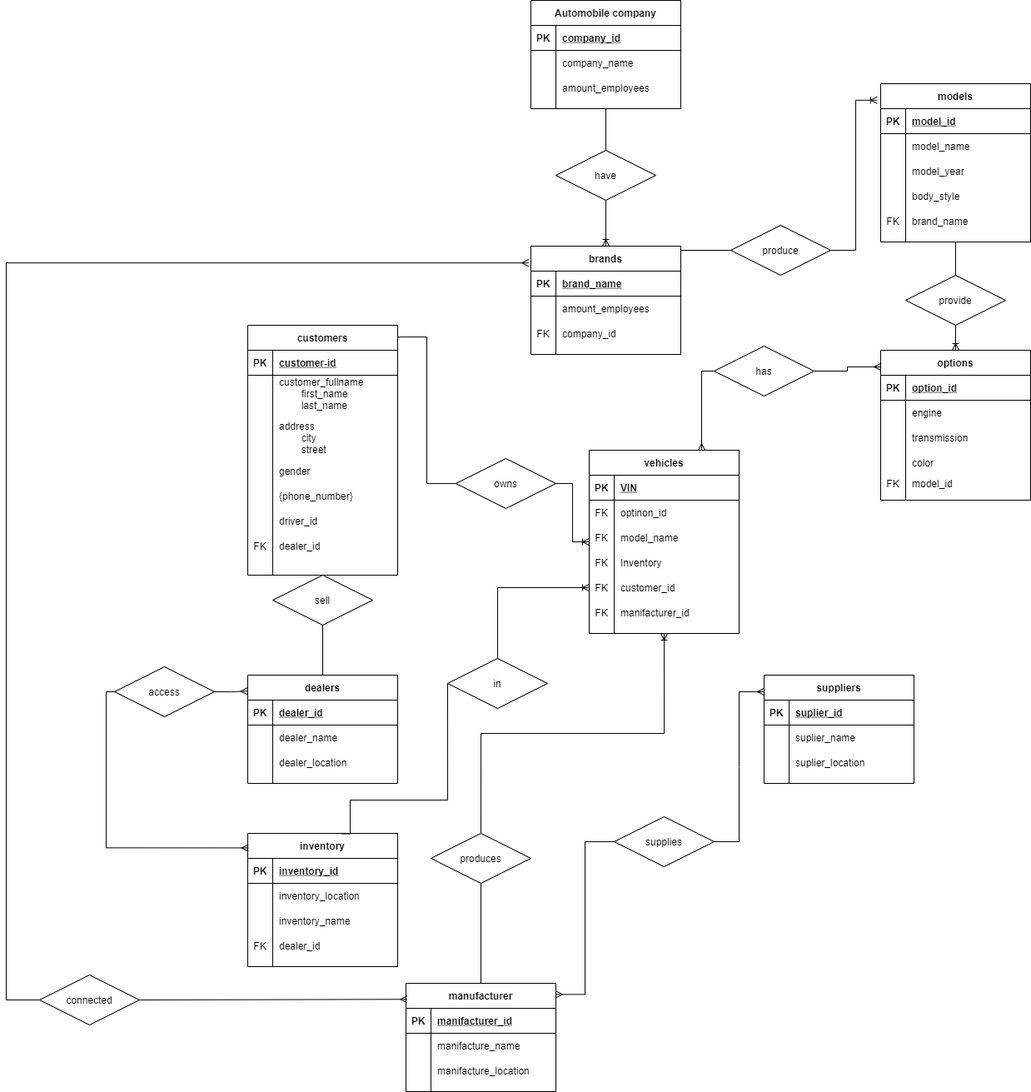
Before: Project/Project.drawio.png, a diagram exported from draw.io (dari-kayoo/Database). Source tidied: cells renumbered, new cells last; positions are measured from the earlier drawing's top-left corner, leaving out a move shared by most shapes.
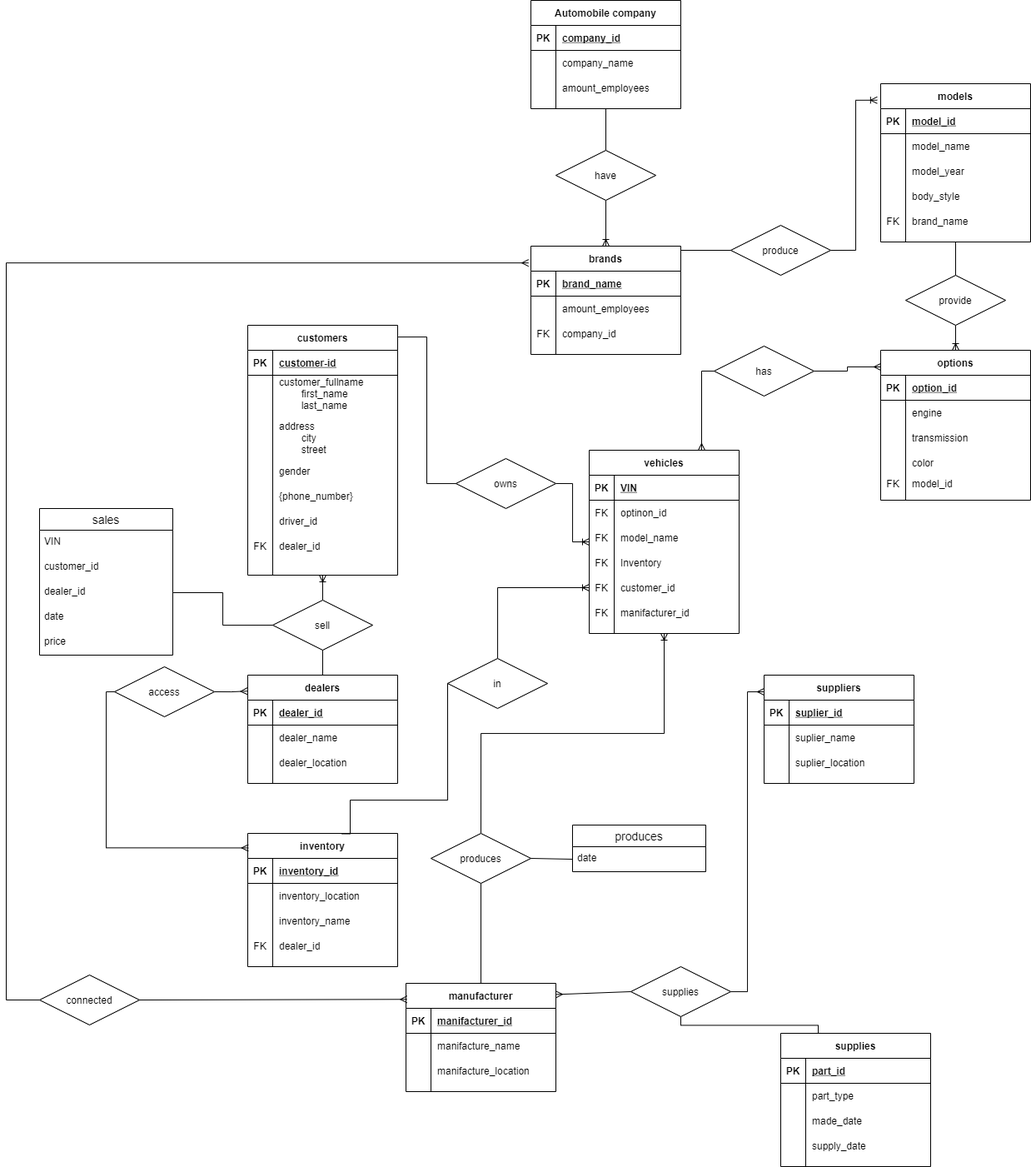
The same file after the commit.

What changed in the source:
```diff
@@ -422,7 +422,7 @@
       <mxGeometry relative="1" as="geometry" />
     </mxCell>
     <mxCell id="141" value="sell" style="shape=rhombus;perimeter=rhombusPerimeter;whiteSpace=wrap;html=1;align=center;" parent="1" vertex="1">
-      <mxGeometry x="320" y="690" width="120" height="60" as="geometry" />
+      <mxGeometry x="320" y="720" width="120" height="60" as="geometry" />
     </mxCell>
     <mxCell id="142" style="fontSize=12;html=1;endArrow=none;rounded=0;exitX=0.5;exitY=0;exitDx=0;exitDy=0;entryX=0.5;entryY=1;entryDx=0;entryDy=0;" parent="1" edge="1" source="63" target="141">
       <mxGeometry relative="1" as="geometry" />
@@ -450,13 +450,13 @@
     <mxCell id="148" style="fontSize=12;html=1;endArrow=none;startArrow=ERmany;rounded=0;exitX=0.007;exitY=0.148;exitDx=0;exitDy=0;exitPerimeter=0;entryX=1;entryY=0.5;entryDx=0;entryDy=0;" parent="1" edge="1" source="105" target="147">
       <mxGeometry relative="1" as="geometry" />
     </mxCell>
-    <mxCell id="149" style="edgeStyle=entityRelationEdgeStyle;fontSize=12;html=1;endArrow=ERmany;startArrow=none;rounded=0;entryX=0;entryY=0.154;entryDx=0;entryDy=0;entryPerimeter=0;" parent="1" edge="1" source="150" target="95">
+    <mxCell id="149" style="edgeStyle=orthogonalEdgeStyle;fontSize=12;html=1;endArrow=ERmany;startArrow=none;rounded=0;entryX=0;entryY=0.154;entryDx=0;entryDy=0;entryPerimeter=0;" parent="1" edge="1" source="150" target="95">
       <mxGeometry relative="1" as="geometry" />
     </mxCell>
     <mxCell id="150" value="supplies" style="shape=rhombus;perimeter=rhombusPerimeter;whiteSpace=wrap;html=1;align=center;" parent="1" vertex="1">
-      <mxGeometry x="730" y="980" width="120" height="60" as="geometry" />
+      <mxGeometry x="750" y="1160" width="120" height="60" as="geometry" />
     </mxCell>
-    <mxCell id="151" style="edgeStyle=orthogonalEdgeStyle;fontSize=12;html=1;endArrow=none;startArrow=ERmany;rounded=0;exitX=1;exitY=0.103;exitDx=0;exitDy=0;exitPerimeter=0;entryX=0;entryY=0.5;entryDx=0;entryDy=0;" parent="1" edge="1" source="105" target="150">
+    <mxCell id="151" style="fontSize=12;html=1;endArrow=none;startArrow=ERmany;rounded=0;exitX=1;exitY=0.103;exitDx=0;exitDy=0;exitPerimeter=0;entryX=0;entryY=0.5;entryDx=0;entryDy=0;" parent="1" edge="1" source="105" target="150">
       <mxGeometry relative="1" as="geometry" />
     </mxCell>
     <mxCell id="152" value="inventory" style="shape=table;startSize=30;rowLines=0;fontStyle=1;align=center;" parent="1" vertex="1">
@@ -521,5 +521,77 @@
     <mxCell id="170" style="edgeStyle=orthogonalEdgeStyle;fontSize=12;html=1;endArrow=none;startArrow=ERmany;rounded=0;entryX=0;entryY=0.5;entryDx=0;entryDy=0;exitX=0.004;exitY=0.109;exitDx=0;exitDy=0;exitPerimeter=0;" parent="1" edge="1" source="152" target="169">
       <mxGeometry relative="1" as="geometry" />
     </mxCell>
+    <mxCell id="171" value="supplies" style="shape=table;startSize=30;rowLines=0;fontStyle=1;align=center;" parent="1" vertex="1">
+      <mxGeometry x="930" y="1240" width="180" height="160" as="geometry" />
+    </mxCell>
+    <mxCell id="172" style="shape=partialRectangle;fillColor=none;top=0;left=0;bottom=1;right=0;" parent="171" vertex="1">
+      <mxGeometry y="30" width="180" height="30" as="geometry" />
+    </mxCell>
+    <mxCell id="173" value="PK" style="shape=partialRectangle;fillColor=none;top=0;left=0;bottom=0;right=0;fontStyle=1;overflow=hidden;" parent="172" vertex="1">
+      <mxGeometry width="30" height="30" as="geometry" />
+    </mxCell>
+    <mxCell id="174" value="part_id" style="shape=partialRectangle;fillColor=none;top=0;left=0;bottom=0;right=0;align=left;spacingLeft=6;fontStyle=5;overflow=hidden;" parent="172" vertex="1">
+      <mxGeometry x="30" width="150" height="30" as="geometry" />
+    </mxCell>
+    <mxCell id="175" style="shape=partialRectangle;fillColor=none;top=0;left=0;bottom=0;right=0;" parent="171" vertex="1">
+      <mxGeometry y="60" width="180" height="30" as="geometry" />
+    </mxCell>
+    <mxCell id="176" style="shape=partialRectangle;fillColor=none;top=0;left=0;bottom=0;right=0;overflow=hidden;" parent="175" vertex="1">
+      <mxGeometry width="30" height="30" as="geometry" />
+    </mxCell>
+    <mxCell id="177" value="part_type" style="shape=partialRectangle;fillColor=none;top=0;left=0;bottom=0;right=0;align=left;spacingLeft=6;overflow=hidden;" parent="175" vertex="1">
+      <mxGeometry x="30" width="150" height="30" as="geometry" />
+    </mxCell>
+    <mxCell id="178" style="shape=partialRectangle;fillColor=none;top=0;left=0;bottom=0;right=0;" parent="171" vertex="1">
+      <mxGeometry y="90" width="180" height="30" as="geometry" />
+    </mxCell>
+    <mxCell id="179" style="shape=partialRectangle;fillColor=none;top=0;left=0;bottom=0;right=0;overflow=hidden;" parent="178" vertex="1">
+      <mxGeometry width="30" height="30" as="geometry" />
+    </mxCell>
+    <mxCell id="180" value="made_date" style="shape=partialRectangle;fillColor=none;top=0;left=0;bottom=0;right=0;align=left;spacingLeft=6;overflow=hidden;" parent="178" vertex="1">
+      <mxGeometry x="30" width="150" height="30" as="geometry" />
+    </mxCell>
+    <mxCell id="181" style="shape=partialRectangle;fillColor=none;top=0;left=0;bottom=0;right=0;" parent="171" vertex="1">
+      <mxGeometry y="120" width="180" height="30" as="geometry" />
+    </mxCell>
+    <mxCell id="182" style="shape=partialRectangle;fillColor=none;top=0;left=0;bottom=0;right=0;overflow=hidden;" parent="181" vertex="1">
+      <mxGeometry width="30" height="30" as="geometry" />
+    </mxCell>
+    <mxCell id="183" value="supply_date" style="shape=partialRectangle;fillColor=none;top=0;left=0;bottom=0;right=0;align=left;spacingLeft=6;overflow=hidden;" parent="181" vertex="1">
+      <mxGeometry x="30" width="150" height="30" as="geometry" />
+    </mxCell>
+    <mxCell id="184" style="endArrow=none;html=1;rounded=0;elbow=vertical;entryX=0.5;entryY=1;entryDx=0;entryDy=0;exitX=0.25;exitY=0;exitDx=0;exitDy=0;edgeStyle=elbowEdgeStyle;" parent="1" edge="1" source="171" target="150">
+      <mxGeometry relative="1" as="geometry" />
+    </mxCell>
+    <mxCell id="185" value="produces" style="swimlane;fontStyle=0;horizontal=1;startSize=26;align=center;fontSize=14;" parent="1" vertex="1">
+      <mxGeometry x="680" y="990" width="160" height="56" as="geometry" />
+    </mxCell>
+    <mxCell id="186" value="date" style="text;strokeColor=none;fillColor=none;spacingLeft=4;spacingRight=4;overflow=hidden;points=[[0,0.5],[1,0.5]];portConstraint=eastwest;fontSize=12;" parent="185" vertex="1">
+      <mxGeometry y="26" width="160" height="30" as="geometry" />
+    </mxCell>
+    <mxCell id="187" style="endArrow=none;html=1;rounded=0;elbow=vertical;entryX=1;entryY=0.5;entryDx=0;entryDy=0;exitX=0;exitY=0.5;exitDx=0;exitDy=0;" parent="1" edge="1" source="186" target="144">
+      <mxGeometry relative="1" as="geometry" />
+    </mxCell>
+    <mxCell id="188" value="sales" style="swimlane;fontStyle=0;horizontal=1;startSize=26;align=center;fontSize=14;" parent="1" vertex="1">
+      <mxGeometry x="40" y="610" width="160" height="176" as="geometry" />
+    </mxCell>
+    <mxCell id="189" value="VIN" style="text;strokeColor=none;fillColor=none;spacingLeft=4;spacingRight=4;overflow=hidden;fontSize=12;" parent="188" vertex="1">
+      <mxGeometry y="26" width="160" height="30" as="geometry" />
+    </mxCell>
+    <mxCell id="190" value="customer_id" style="text;strokeColor=none;fillColor=none;spacingLeft=4;spacingRight=4;overflow=hidden;fontSize=12;" parent="188" vertex="1">
+      <mxGeometry y="56" width="160" height="30" as="geometry" />
+    </mxCell>
+    <mxCell id="191" value="dealer_id" style="text;strokeColor=none;fillColor=none;spacingLeft=4;spacingRight=4;overflow=hidden;points=[[0,0.5],[1,0.5]];portConstraint=eastwest;fontSize=12;" parent="188" vertex="1">
+      <mxGeometry y="86" width="160" height="30" as="geometry" />
+    </mxCell>
+    <mxCell id="192" value="date" style="text;strokeColor=none;fillColor=none;spacingLeft=4;spacingRight=4;overflow=hidden;fontSize=12;" parent="188" vertex="1">
+      <mxGeometry y="116" width="160" height="30" as="geometry" />
+    </mxCell>
+    <mxCell id="193" value="price" style="text;strokeColor=none;fillColor=none;spacingLeft=4;spacingRight=4;overflow=hidden;fontSize=12;" parent="188" vertex="1">
+      <mxGeometry y="146" width="160" height="30" as="geometry" />
+    </mxCell>
+    <mxCell id="194" style="endArrow=none;html=1;rounded=0;elbow=vertical;exitX=1;exitY=0.5;exitDx=0;exitDy=0;entryX=0;entryY=0.5;entryDx=0;entryDy=0;edgeStyle=orthogonalEdgeStyle;" parent="1" edge="1" source="191" target="141">
+      <mxGeometry relative="1" as="geometry" />
+    </mxCell>
   </root>
 </mxGraphModel>
```
